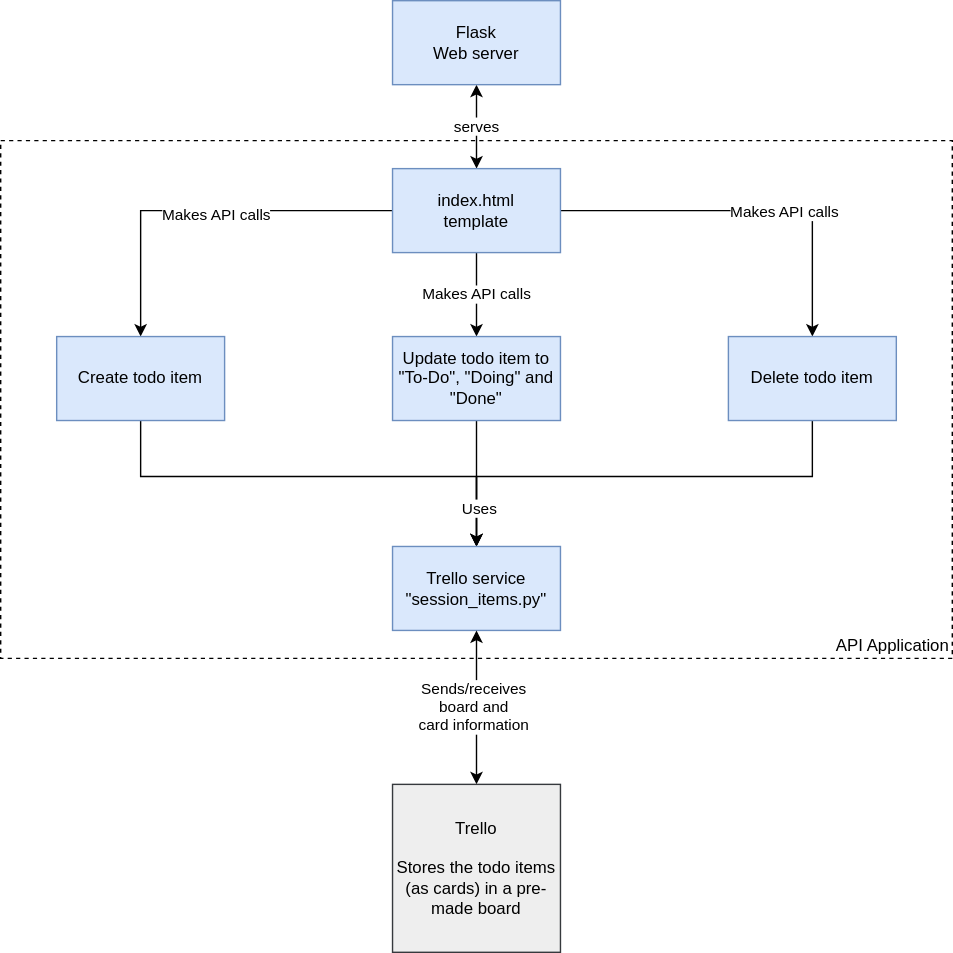
Earlier version of the draw.io export documentation/component.svg (rbaker/DevOps-Course-Starter). Source tidied: cells renumbered, new cells last; positions are measured from the earlier drawing's top-left corner, leaving out a move shared by most shapes. Its diagram source:
```xml
<mxGraphModel>
  <root>
    <mxCell id="0" />
    <mxCell id="1" parent="0" />
    <mxCell id="2" value="API Application" style="rounded=0;whiteSpace=wrap;html=1;fillColor=none;dashed=1;align=right;verticalAlign=bottom;" parent="1" vertex="1">
      <mxGeometry y="100" width="680" height="370" as="geometry" />
    </mxCell>
    <mxCell id="3" style="edgeStyle=orthogonalEdgeStyle;rounded=0;jettySize=auto;html=1;entryX=0.5;entryY=0;entryDx=0;entryDy=0;startArrow=classic;startFill=1;" parent="1" edge="1" source="5" target="11">
      <mxGeometry relative="1" as="geometry" />
    </mxCell>
    <mxCell id="4" value="serves" style="edgeLabel;html=1;align=center;verticalAlign=middle;" parent="3" vertex="1">
      <mxGeometry x="-0.03" y="-1" relative="1" as="geometry" />
    </mxCell>
    <mxCell id="5" value="&lt;font color=&quot;#000000&quot;&gt;Flask&lt;br&gt;Web server&lt;/font&gt;" style="rounded=0;whiteSpace=wrap;html=1;fillColor=#dae8fc;strokeColor=#6c8ebf;" parent="1" vertex="1">
      <mxGeometry x="280" width="120" height="60" as="geometry" />
    </mxCell>
    <mxCell id="6" style="edgeStyle=orthogonalEdgeStyle;rounded=0;jettySize=auto;html=1;exitX=0;exitY=0.5;exitDx=0;exitDy=0;entryX=0.5;entryY=0;entryDx=0;entryDy=0;" parent="1" edge="1" source="11" target="13">
      <mxGeometry relative="1" as="geometry" />
    </mxCell>
    <mxCell id="7" value="Makes API calls" style="edgeLabel;html=1;align=center;verticalAlign=middle;" parent="6" vertex="1">
      <mxGeometry x="-0.06" y="2" relative="1" as="geometry" />
    </mxCell>
    <mxCell id="8" value="Makes API calls" style="edgeStyle=orthogonalEdgeStyle;rounded=0;jettySize=auto;html=1;exitX=0.5;exitY=1;exitDx=0;exitDy=0;entryX=0.5;entryY=0;entryDx=0;entryDy=0;" parent="1" edge="1" source="11" target="15">
      <mxGeometry relative="1" as="geometry" />
    </mxCell>
    <mxCell id="9" style="edgeStyle=orthogonalEdgeStyle;rounded=0;jettySize=auto;html=1;exitX=1;exitY=0.5;exitDx=0;exitDy=0;entryX=0.5;entryY=0;entryDx=0;entryDy=0;" parent="1" edge="1" source="11" target="18">
      <mxGeometry relative="1" as="geometry" />
    </mxCell>
    <mxCell id="10" value="Makes API calls" style="edgeLabel;html=1;align=center;verticalAlign=middle;" parent="9" vertex="1">
      <mxGeometry x="0.18" relative="1" as="geometry" />
    </mxCell>
    <mxCell id="11" value="&lt;font color=&quot;#000000&quot;&gt;index.html&lt;br&gt;template&lt;/font&gt;" style="rounded=0;whiteSpace=wrap;html=1;fillColor=#dae8fc;strokeColor=#6c8ebf;" parent="1" vertex="1">
      <mxGeometry x="280" y="120" width="120" height="60" as="geometry" />
    </mxCell>
    <mxCell id="12" style="edgeStyle=orthogonalEdgeStyle;rounded=0;jettySize=auto;html=1;exitX=0.5;exitY=1;exitDx=0;exitDy=0;entryX=0.5;entryY=0;entryDx=0;entryDy=0;startArrow=none;startFill=0;" parent="1" edge="1" source="13" target="19">
      <mxGeometry relative="1" as="geometry">
        <Array as="points">
          <mxPoint x="100" y="340" />
          <mxPoint x="340" y="340" />
        </Array>
      </mxGeometry>
    </mxCell>
    <mxCell id="13" value="Create todo item" style="rounded=0;whiteSpace=wrap;html=1;fillColor=#dae8fc;strokeColor=#6c8ebf;fontColor=#000000;" parent="1" vertex="1">
      <mxGeometry x="40" y="240" width="120" height="60" as="geometry" />
    </mxCell>
    <mxCell id="14" style="edgeStyle=orthogonalEdgeStyle;rounded=0;jettySize=auto;html=1;entryX=0.5;entryY=0;entryDx=0;entryDy=0;startArrow=none;startFill=0;" parent="1" edge="1" source="15" target="19">
      <mxGeometry relative="1" as="geometry" />
    </mxCell>
    <mxCell id="15" value="Update todo item to &quot;To-Do&quot;, &quot;Doing&quot; and &quot;Done&quot;" style="rounded=0;whiteSpace=wrap;html=1;fillColor=#dae8fc;strokeColor=#6c8ebf;fontColor=#000000;" parent="1" vertex="1">
      <mxGeometry x="280" y="240" width="120" height="60" as="geometry" />
    </mxCell>
    <mxCell id="16" style="edgeStyle=orthogonalEdgeStyle;rounded=0;jettySize=auto;html=1;entryX=0.5;entryY=0;entryDx=0;entryDy=0;startArrow=none;startFill=0;" parent="1" edge="1" source="18" target="19">
      <mxGeometry relative="1" as="geometry">
        <Array as="points">
          <mxPoint x="580" y="340" />
          <mxPoint x="340" y="340" />
        </Array>
      </mxGeometry>
    </mxCell>
    <mxCell id="17" value="Uses" style="edgeLabel;html=1;align=center;verticalAlign=middle;" parent="16" vertex="1">
      <mxGeometry x="0.83" y="1" relative="1" as="geometry" />
    </mxCell>
    <mxCell id="18" value="Delete todo item" style="rounded=0;whiteSpace=wrap;html=1;fillColor=#dae8fc;strokeColor=#6c8ebf;fontColor=#000000;" parent="1" vertex="1">
      <mxGeometry x="520" y="240" width="120" height="60" as="geometry" />
    </mxCell>
    <mxCell id="19" value="Trello service &quot;session_items.py&quot;" style="rounded=0;whiteSpace=wrap;html=1;fillColor=#dae8fc;strokeColor=#6c8ebf;fontColor=#000000;" parent="1" vertex="1">
      <mxGeometry x="280" y="390" width="120" height="60" as="geometry" />
    </mxCell>
    <mxCell id="20" style="edgeStyle=orthogonalEdgeStyle;rounded=0;jettySize=auto;html=1;exitX=0.5;exitY=1;exitDx=0;exitDy=0;entryX=0.5;entryY=0;entryDx=0;entryDy=0;startArrow=classic;startFill=1;" parent="1" edge="1" source="19" target="22">
      <mxGeometry relative="1" as="geometry" />
    </mxCell>
    <mxCell id="21" value="Sends/receives&lt;br&gt;board and&lt;br&gt;card information" style="edgeLabel;html=1;align=center;verticalAlign=middle;" parent="20" vertex="1">
      <mxGeometry x="-0.03" y="-3" relative="1" as="geometry" />
    </mxCell>
    <mxCell id="22" value="Trello&lt;br&gt;&lt;br&gt;Stores the todo items &lt;br&gt;(as cards) in a pre-made board" style="rounded=0;whiteSpace=wrap;html=1;fillColor=#eeeeee;strokeColor=#36393d;fontColor=#000000;" parent="1" vertex="1">
      <mxGeometry x="280" y="560" width="120" height="120" as="geometry" />
    </mxCell>
  </root>
</mxGraphModel>
```
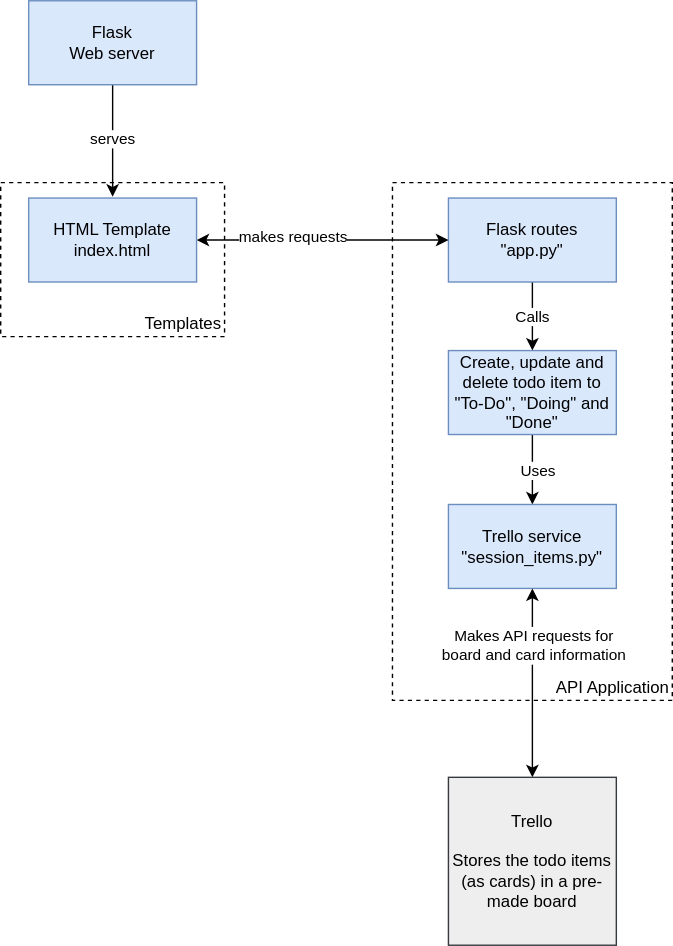
The same diagram one commit later.

Diff of the diagram source:
```diff
@@ -2,78 +2,60 @@
   <root>
     <mxCell id="0" />
     <mxCell id="1" parent="0" />
+    <mxCell id="23" value="Templates" style="rounded=0;whiteSpace=wrap;html=1;fillColor=none;dashed=1;align=right;verticalAlign=bottom;" parent="1" vertex="1">
+      <mxGeometry y="120" width="160" height="110" as="geometry" />
+    </mxCell>
     <mxCell id="2" value="API Application" style="rounded=0;whiteSpace=wrap;html=1;fillColor=none;dashed=1;align=right;verticalAlign=bottom;" parent="1" vertex="1">
-      <mxGeometry y="100" width="680" height="370" as="geometry" />
+      <mxGeometry x="280" y="120" width="200" height="370" as="geometry" />
     </mxCell>
-    <mxCell id="3" style="edgeStyle=orthogonalEdgeStyle;rounded=0;jettySize=auto;html=1;entryX=0.5;entryY=0;entryDx=0;entryDy=0;startArrow=classic;startFill=1;" parent="1" edge="1" source="5" target="11">
-      <mxGeometry relative="1" as="geometry" />
-    </mxCell>
+    <mxCell id="24" style="edgeStyle=orthogonalEdgeStyle;rounded=0;jettySize=auto;html=1;exitX=0.5;exitY=1;exitDx=0;exitDy=0;" parent="1" edge="1" source="5">
+      <mxGeometry relative="1" as="geometry">
+        <mxPoint x="80" y="130" as="targetPoint" />
+      </mxGeometry>
+    </mxCell>
-    <mxCell id="4" value="serves" style="edgeLabel;html=1;align=center;verticalAlign=middle;" parent="3" vertex="1">
-      <mxGeometry x="-0.03" y="-1" relative="1" as="geometry" />
+    <mxCell id="4" value="serves" style="edgeLabel;html=1;align=center;verticalAlign=middle;" parent="24" vertex="1">
+      <mxGeometry x="-0.05" y="-1" relative="1" as="geometry" />
     </mxCell>
     <mxCell id="5" value="&lt;font color=&quot;#000000&quot;&gt;Flask&lt;br&gt;Web server&lt;/font&gt;" style="rounded=0;whiteSpace=wrap;html=1;fillColor=#dae8fc;strokeColor=#6c8ebf;" parent="1" vertex="1">
-      <mxGeometry x="280" width="120" height="60" as="geometry" />
+      <mxGeometry x="20" y="-10" width="120" height="60" as="geometry" />
     </mxCell>
-    <mxCell id="6" style="edgeStyle=orthogonalEdgeStyle;rounded=0;jettySize=auto;html=1;exitX=0;exitY=0.5;exitDx=0;exitDy=0;entryX=0.5;entryY=0;entryDx=0;entryDy=0;" parent="1" edge="1" source="11" target="13">
-      <mxGeometry relative="1" as="geometry" />
-    </mxCell>
-    <mxCell id="7" value="Makes API calls" style="edgeLabel;html=1;align=center;verticalAlign=middle;" parent="6" vertex="1">
-      <mxGeometry x="-0.06" y="2" relative="1" as="geometry" />
-    </mxCell>
-    <mxCell id="8" value="Makes API calls" style="edgeStyle=orthogonalEdgeStyle;rounded=0;jettySize=auto;html=1;exitX=0.5;exitY=1;exitDx=0;exitDy=0;entryX=0.5;entryY=0;entryDx=0;entryDy=0;" parent="1" edge="1" source="11" target="15">
+    <mxCell id="8" value="Calls" style="edgeStyle=orthogonalEdgeStyle;rounded=0;jettySize=auto;html=1;exitX=0.5;exitY=1;exitDx=0;exitDy=0;entryX=0.5;entryY=0;entryDx=0;entryDy=0;" parent="1" edge="1" source="11" target="15">
       <mxGeometry relative="1" as="geometry" />
     </mxCell>
-    <mxCell id="9" style="edgeStyle=orthogonalEdgeStyle;rounded=0;jettySize=auto;html=1;exitX=1;exitY=0.5;exitDx=0;exitDy=0;entryX=0.5;entryY=0;entryDx=0;entryDy=0;" parent="1" edge="1" source="11" target="18">
-      <mxGeometry relative="1" as="geometry" />
-    </mxCell>
-    <mxCell id="10" value="Makes API calls" style="edgeLabel;html=1;align=center;verticalAlign=middle;" parent="9" vertex="1">
-      <mxGeometry x="0.18" relative="1" as="geometry" />
-    </mxCell>
-    <mxCell id="11" value="&lt;font color=&quot;#000000&quot;&gt;index.html&lt;br&gt;template&lt;/font&gt;" style="rounded=0;whiteSpace=wrap;html=1;fillColor=#dae8fc;strokeColor=#6c8ebf;" parent="1" vertex="1">
-      <mxGeometry x="280" y="120" width="120" height="60" as="geometry" />
+    <mxCell id="11" value="Flask routes&lt;br&gt;&quot;app.py&quot;" style="rounded=0;whiteSpace=wrap;html=1;fillColor=#dae8fc;strokeColor=#6c8ebf;" parent="1" vertex="1">
+      <mxGeometry x="320" y="131" width="120" height="60" as="geometry" />
     </mxCell>
-    <mxCell id="12" style="edgeStyle=orthogonalEdgeStyle;rounded=0;jettySize=auto;html=1;exitX=0.5;exitY=1;exitDx=0;exitDy=0;entryX=0.5;entryY=0;entryDx=0;entryDy=0;startArrow=none;startFill=0;" parent="1" edge="1" source="13" target="19">
-      <mxGeometry relative="1" as="geometry">
-        <Array as="points">
-          <mxPoint x="100" y="340" />
-          <mxPoint x="340" y="340" />
-        </Array>
-      </mxGeometry>
-    </mxCell>
-    <mxCell id="13" value="Create todo item" style="rounded=0;whiteSpace=wrap;html=1;fillColor=#dae8fc;strokeColor=#6c8ebf;fontColor=#000000;" parent="1" vertex="1">
-      <mxGeometry x="40" y="240" width="120" height="60" as="geometry" />
-    </mxCell>
     <mxCell id="14" style="edgeStyle=orthogonalEdgeStyle;rounded=0;jettySize=auto;html=1;entryX=0.5;entryY=0;entryDx=0;entryDy=0;startArrow=none;startFill=0;" parent="1" edge="1" source="15" target="19">
       <mxGeometry relative="1" as="geometry" />
     </mxCell>
+    <mxCell id="17" value="Uses" style="edgeLabel;html=1;align=center;verticalAlign=middle;" parent="14" vertex="1">
+      <mxGeometry y="3" relative="1" as="geometry" />
+    </mxCell>
-    <mxCell id="15" value="Update todo item to &quot;To-Do&quot;, &quot;Doing&quot; and &quot;Done&quot;" style="rounded=0;whiteSpace=wrap;html=1;fillColor=#dae8fc;strokeColor=#6c8ebf;fontColor=#000000;" parent="1" vertex="1">
-      <mxGeometry x="280" y="240" width="120" height="60" as="geometry" />
+    <mxCell id="15" value="Create, update and delete todo item to &quot;To-Do&quot;, &quot;Doing&quot; and &quot;Done&quot;" style="rounded=0;whiteSpace=wrap;html=1;fillColor=#dae8fc;strokeColor=#6c8ebf;fontColor=#000000;" parent="1" vertex="1">
+      <mxGeometry x="320" y="240" width="120" height="60" as="geometry" />
     </mxCell>
-    <mxCell id="16" style="edgeStyle=orthogonalEdgeStyle;rounded=0;jettySize=auto;html=1;entryX=0.5;entryY=0;entryDx=0;entryDy=0;startArrow=none;startFill=0;" parent="1" edge="1" source="18" target="19">
-      <mxGeometry relative="1" as="geometry">
-        <Array as="points">
-          <mxPoint x="580" y="340" />
-          <mxPoint x="340" y="340" />
-        </Array>
-      </mxGeometry>
-    </mxCell>
-    <mxCell id="17" value="Uses" style="edgeLabel;html=1;align=center;verticalAlign=middle;" parent="16" vertex="1">
-      <mxGeometry x="0.83" y="1" relative="1" as="geometry" />
-    </mxCell>
-    <mxCell id="18" value="Delete todo item" style="rounded=0;whiteSpace=wrap;html=1;fillColor=#dae8fc;strokeColor=#6c8ebf;fontColor=#000000;" parent="1" vertex="1">
-      <mxGeometry x="520" y="240" width="120" height="60" as="geometry" />
-    </mxCell>
     <mxCell id="19" value="Trello service &quot;session_items.py&quot;" style="rounded=0;whiteSpace=wrap;html=1;fillColor=#dae8fc;strokeColor=#6c8ebf;fontColor=#000000;" parent="1" vertex="1">
-      <mxGeometry x="280" y="390" width="120" height="60" as="geometry" />
+      <mxGeometry x="320" y="350" width="120" height="60" as="geometry" />
     </mxCell>
     <mxCell id="20" style="edgeStyle=orthogonalEdgeStyle;rounded=0;jettySize=auto;html=1;exitX=0.5;exitY=1;exitDx=0;exitDy=0;entryX=0.5;entryY=0;entryDx=0;entryDy=0;startArrow=classic;startFill=1;" parent="1" edge="1" source="19" target="22">
       <mxGeometry relative="1" as="geometry" />
     </mxCell>
-    <mxCell id="21" value="Sends/receives&lt;br&gt;board and&lt;br&gt;card information" style="edgeLabel;html=1;align=center;verticalAlign=middle;" parent="20" vertex="1">
-      <mxGeometry x="-0.03" y="-3" relative="1" as="geometry" />
+    <mxCell id="21" value="Makes API requests for&lt;br&gt;board and card information" style="edgeLabel;html=1;align=center;verticalAlign=middle;" parent="20" vertex="1">
+      <mxGeometry x="-0.03" y="-3" relative="1" as="geometry">
+        <mxPoint x="3" y="-26" as="offset" />
+      </mxGeometry>
     </mxCell>
     <mxCell id="22" value="Trello&lt;br&gt;&lt;br&gt;Stores the todo items &lt;br&gt;(as cards) in a pre-made board" style="rounded=0;whiteSpace=wrap;html=1;fillColor=#eeeeee;strokeColor=#36393d;fontColor=#000000;" parent="1" vertex="1">
-      <mxGeometry x="280" y="560" width="120" height="120" as="geometry" />
+      <mxGeometry x="320" y="545" width="120" height="120" as="geometry" />
     </mxCell>
+    <mxCell id="25" style="edgeStyle=orthogonalEdgeStyle;rounded=0;jettySize=auto;html=1;exitX=1;exitY=0.5;exitDx=0;exitDy=0;startArrow=classic;startFill=1;" parent="1" edge="1" source="27" target="11">
+      <mxGeometry relative="1" as="geometry" />
+    </mxCell>
+    <mxCell id="26" value="makes requests" style="edgeLabel;html=1;align=center;verticalAlign=middle;" parent="25" vertex="1">
+      <mxGeometry x="-0.24" y="3" relative="1" as="geometry" />
+    </mxCell>
+    <mxCell id="27" value="HTML Template&lt;br&gt;index.html" style="rounded=0;whiteSpace=wrap;html=1;fillColor=#dae8fc;strokeColor=#6c8ebf;" parent="1" vertex="1">
+      <mxGeometry x="20" y="131" width="120" height="60" as="geometry" />
+    </mxCell>
   </root>
 </mxGraphModel>
```
